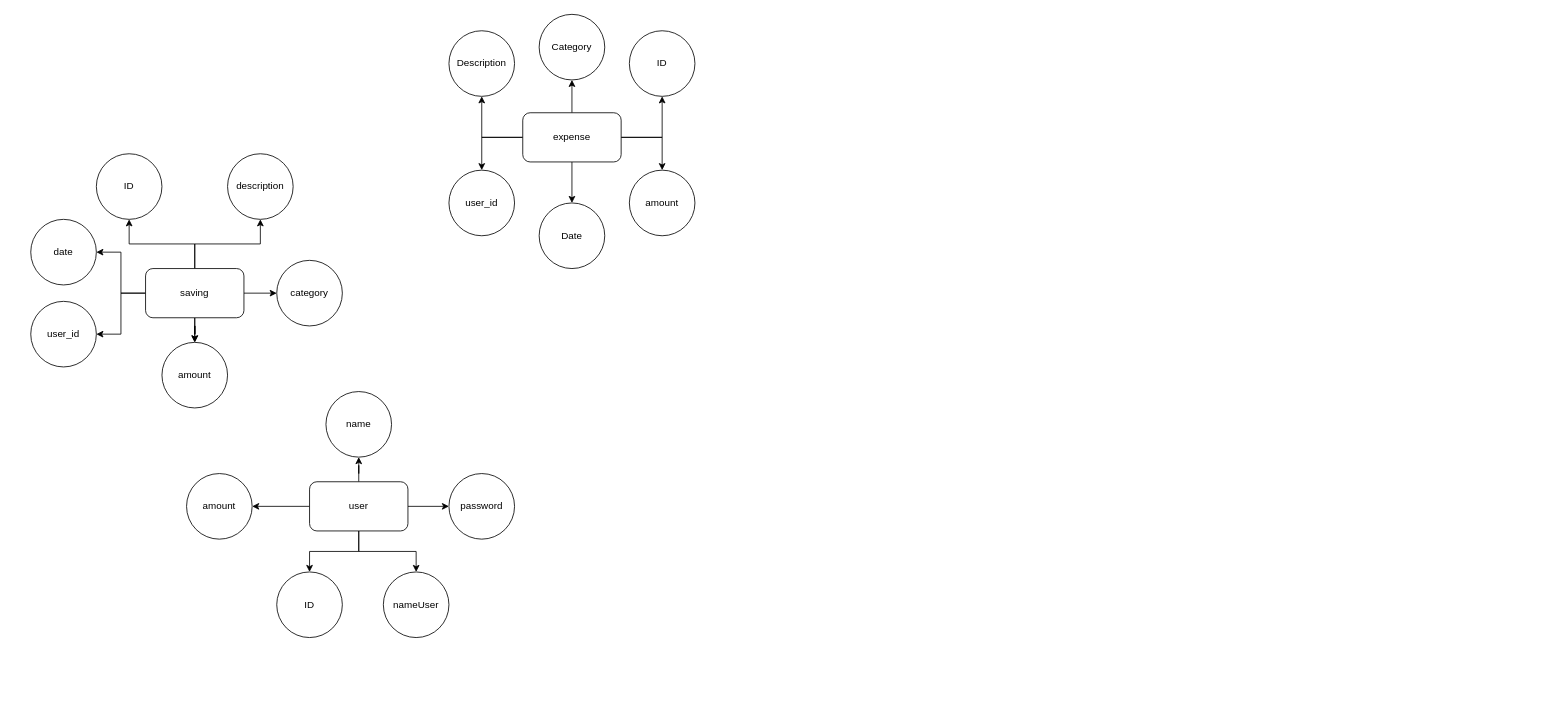
Earlier version of the draw.io diagram Diagrama.drawio (BryanDiaz-dev/GestorDeGastos). Source tidied: cells renumbered, new cells numbered last; positions are measured from the earlier drawing's top-left corner, leaving out a move shared by most shapes. Both pictures are drawn from the tidied source at 82%, with x=0, y=0 at pixel (30, 14).
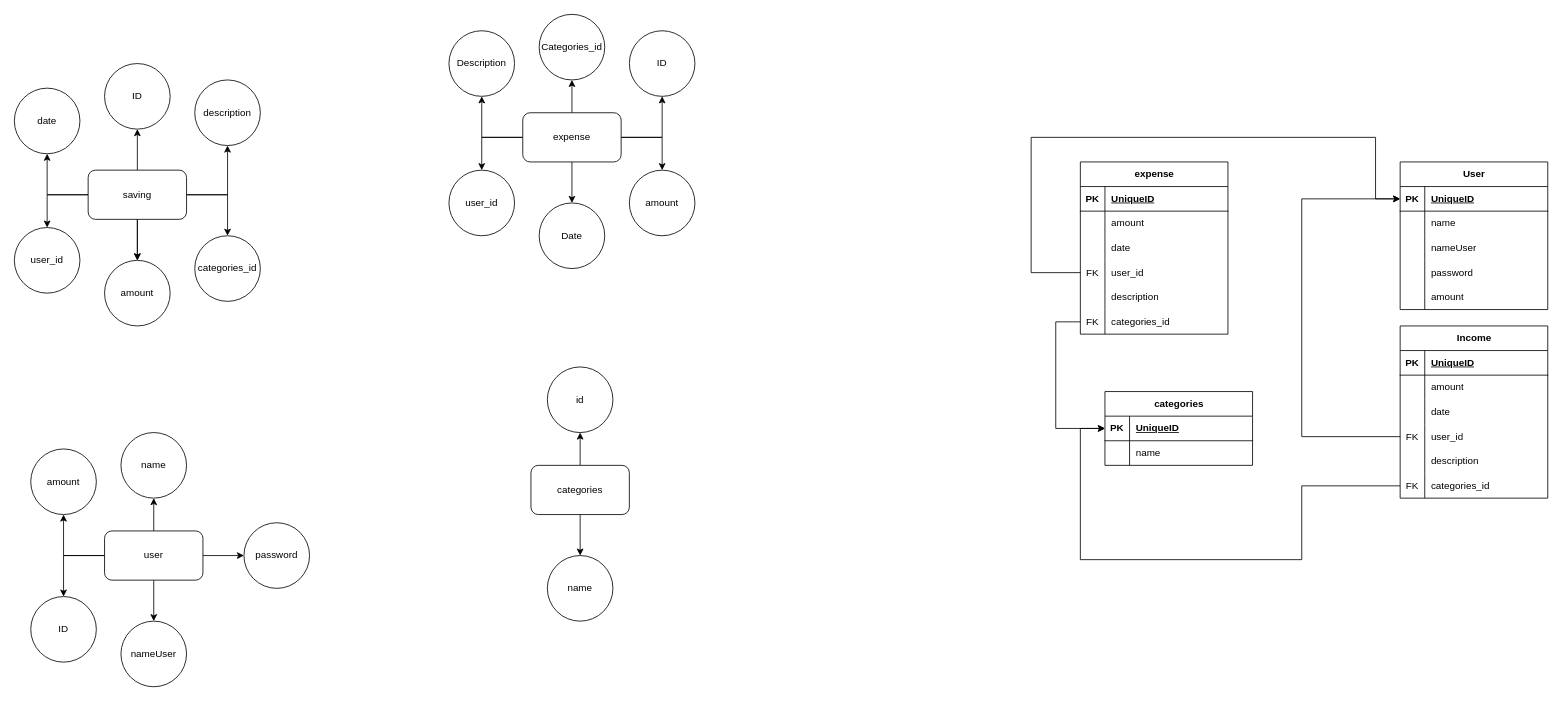
The same page after the edit.

Diff of the diagram source:
```diff
@@
     <mxCell id="16" value="saving" style="rounded=1;whiteSpace=wrap;html=1;" parent="1" vertex="1">
-      <mxGeometry x="140" y="310" width="120" height="60" as="geometry" />
+      <mxGeometry x="70" y="190" width="120" height="60" as="geometry" />
     </mxCell>
@@
     <mxCell id="21" value="description" style="ellipse;whiteSpace=wrap;html=1;" parent="1" vertex="1">
-      <mxGeometry x="240" y="170" width="80" height="80" as="geometry" />
+      <mxGeometry x="200" y="80" width="80" height="80" as="geometry" />
     </mxCell>
     <mxCell id="22" value="date" style="ellipse;whiteSpace=wrap;html=1;" parent="1" vertex="1">
-      <mxGeometry y="250" width="80" height="80" as="geometry" />
+      <mxGeometry x="-20" y="90" width="80" height="80" as="geometry" />
     </mxCell>
     <mxCell id="23" value="amount" style="ellipse;whiteSpace=wrap;html=1;" parent="1" vertex="1">
-      <mxGeometry x="160" y="400" width="80" height="80" as="geometry" />
+      <mxGeometry x="90" y="300" width="80" height="80" as="geometry" />
     </mxCell>
     <mxCell id="24" value="ID" style="ellipse;whiteSpace=wrap;html=1;" parent="1" vertex="1">
-      <mxGeometry x="80" y="170" width="80" height="80" as="geometry" />
+      <mxGeometry x="90" y="60" width="80" height="80" as="geometry" />
     </mxCell>
@@
     <mxCell id="30" value="user" style="rounded=1;whiteSpace=wrap;html=1;" parent="1" vertex="1">
-      <mxGeometry x="340" y="570" width="120" height="60" as="geometry" />
+      <mxGeometry x="90" y="630" width="120" height="60" as="geometry" />
     </mxCell>
     <mxCell id="31" value="ID" style="ellipse;whiteSpace=wrap;html=1;" parent="1" vertex="1">
-      <mxGeometry x="300" y="680" width="80" height="80" as="geometry" />
+      <mxGeometry y="710" width="80" height="80" as="geometry" />
     </mxCell>
     <mxCell id="32" value="name" style="ellipse;whiteSpace=wrap;html=1;" parent="1" vertex="1">
-      <mxGeometry x="360" y="460" width="80" height="80" as="geometry" />
+      <mxGeometry x="110" y="510" width="80" height="80" as="geometry" />
     </mxCell>
     <mxCell id="33" value="amount" style="ellipse;whiteSpace=wrap;html=1;" parent="1" vertex="1">
-      <mxGeometry x="190" y="560" width="80" height="80" as="geometry" />
+      <mxGeometry y="530" width="80" height="80" as="geometry" />
     </mxCell>
-    <mxCell id="34" value="category" style="ellipse;whiteSpace=wrap;html=1;" parent="1" vertex="1">
-      <mxGeometry x="300" y="300" width="80" height="80" as="geometry" />
+    <mxCell id="34" value="categories_id" style="ellipse;whiteSpace=wrap;html=1;" parent="1" vertex="1">
+      <mxGeometry x="200" y="270" width="80" height="80" as="geometry" />
     </mxCell>
-    <mxCell id="35" value="Category" style="ellipse;whiteSpace=wrap;html=1;" parent="1" vertex="1">
+    <mxCell id="35" value="Categories_id" style="ellipse;whiteSpace=wrap;html=1;" parent="1" vertex="1">
       <mxGeometry x="620" width="80" height="80" as="geometry" />
     </mxCell>
     <mxCell id="36" value="nameUser" style="ellipse;whiteSpace=wrap;html=1;" parent="1" vertex="1">
-      <mxGeometry x="430" y="680" width="80" height="80" as="geometry" />
+      <mxGeometry x="110" y="740" width="80" height="80" as="geometry" />
     </mxCell>
     <mxCell id="37" value="password" style="ellipse;whiteSpace=wrap;html=1;" parent="1" vertex="1">
-      <mxGeometry x="510" y="560" width="80" height="80" as="geometry" />
+      <mxGeometry x="260" y="620" width="80" height="80" as="geometry" />
     </mxCell>
     <mxCell id="38" value="user_id" style="ellipse;whiteSpace=wrap;html=1;" parent="1" vertex="1">
-      <mxGeometry y="350" width="80" height="80" as="geometry" />
+      <mxGeometry x="-20" y="260" width="80" height="80" as="geometry" />
     </mxCell>
@@
+    <mxCell id="40" style="edgeStyle=orthogonalEdgeStyle;rounded=0;jettySize=auto;html=1;" parent="1" edge="1" source="42" target="44">
+      <mxGeometry relative="1" as="geometry" />
+    </mxCell>
+    <mxCell id="41" style="edgeStyle=orthogonalEdgeStyle;rounded=0;jettySize=auto;html=1;" parent="1" edge="1" source="42" target="43">
+      <mxGeometry relative="1" as="geometry" />
+    </mxCell>
+    <mxCell id="42" value="categories" style="rounded=1;whiteSpace=wrap;html=1;" parent="1" vertex="1">
+      <mxGeometry x="610" y="550" width="120" height="60" as="geometry" />
+    </mxCell>
+    <mxCell id="43" value="name" style="ellipse;whiteSpace=wrap;html=1;" parent="1" vertex="1">
+      <mxGeometry x="630" y="660" width="80" height="80" as="geometry" />
+    </mxCell>
+    <mxCell id="44" value="id" style="ellipse;whiteSpace=wrap;html=1;" parent="1" vertex="1">
+      <mxGeometry x="630" y="430" width="80" height="80" as="geometry" />
+    </mxCell>
+    <mxCell id="45" value="User" style="shape=table;startSize=30;childLayout=tableLayout;rowLines=0;fontStyle=1;align=center;html=1;" parent="1" vertex="1">
+      <mxGeometry x="1670" y="180" width="180" height="180" as="geometry" />
+    </mxCell>
+    <mxCell id="46" style="shape=tableRow;horizontal=0;startSize=0;swimlaneHead=0;swimlaneBody=0;fillColor=none;points=[[0,0.5],[1,0.5]];portConstraint=eastwest;top=0;left=0;right=0;bottom=1;" parent="45" vertex="1">
+      <mxGeometry y="30" width="180" height="30" as="geometry" />
+    </mxCell>
+    <mxCell id="47" value="PK" style="shape=partialRectangle;fillColor=none;top=0;left=0;bottom=0;right=0;fontStyle=1;overflow=hidden;whiteSpace=wrap;html=1;" parent="46" vertex="1">
+      <mxGeometry width="30" height="30" as="geometry" />
+    </mxCell>
+    <mxCell id="48" value="UniqueID" style="shape=partialRectangle;fillColor=none;top=0;left=0;bottom=0;right=0;align=left;spacingLeft=6;fontStyle=5;overflow=hidden;whiteSpace=wrap;html=1;" parent="46" vertex="1">
+      <mxGeometry x="30" width="150" height="30" as="geometry" />
+    </mxCell>
+    <mxCell id="49" style="shape=tableRow;horizontal=0;startSize=0;swimlaneHead=0;swimlaneBody=0;fillColor=none;top=0;left=0;right=0;bottom=0;" parent="45" vertex="1">
+      <mxGeometry y="60" width="180" height="30" as="geometry" />
+    </mxCell>
+    <mxCell id="50" style="shape=partialRectangle;fillColor=none;top=0;left=0;bottom=0;right=0;overflow=hidden;whiteSpace=wrap;html=1;" parent="49" vertex="1">
+      <mxGeometry width="30" height="30" as="geometry" />
+    </mxCell>
+    <mxCell id="51" value="name" style="shape=partialRectangle;fillColor=none;top=0;left=0;bottom=0;right=0;align=left;spacingLeft=6;overflow=hidden;whiteSpace=wrap;html=1;" parent="49" vertex="1">
+      <mxGeometry x="30" width="150" height="30" as="geometry" />
+    </mxCell>
+    <mxCell id="52" style="shape=tableRow;horizontal=0;startSize=0;swimlaneHead=0;swimlaneBody=0;fillColor=none;top=0;left=0;right=0;bottom=0;" parent="45" vertex="1">
+      <mxGeometry y="90" width="180" height="30" as="geometry" />
+    </mxCell>
+    <mxCell id="53" style="shape=partialRectangle;fillColor=none;top=0;left=0;bottom=0;right=0;overflow=hidden;whiteSpace=wrap;html=1;" parent="52" vertex="1">
+      <mxGeometry width="30" height="30" as="geometry" />
+    </mxCell>
+    <mxCell id="54" value="nameUser" style="shape=partialRectangle;fillColor=none;top=0;left=0;bottom=0;right=0;align=left;spacingLeft=6;overflow=hidden;whiteSpace=wrap;html=1;" parent="52" vertex="1">
+      <mxGeometry x="30" width="150" height="30" as="geometry" />
+    </mxCell>
+    <mxCell id="55" style="shape=tableRow;horizontal=0;startSize=0;swimlaneHead=0;swimlaneBody=0;fillColor=none;top=0;left=0;right=0;bottom=0;" parent="45" vertex="1">
+      <mxGeometry y="120" width="180" height="30" as="geometry" />
+    </mxCell>
+    <mxCell id="56" style="shape=partialRectangle;fillColor=none;top=0;left=0;bottom=0;right=0;overflow=hidden;whiteSpace=wrap;html=1;" parent="55" vertex="1">
+      <mxGeometry width="30" height="30" as="geometry" />
+    </mxCell>
+    <mxCell id="57" value="password" style="shape=partialRectangle;fillColor=none;top=0;left=0;bottom=0;right=0;align=left;spacingLeft=6;overflow=hidden;whiteSpace=wrap;html=1;" parent="55" vertex="1">
+      <mxGeometry x="30" width="150" height="30" as="geometry" />
+    </mxCell>
+    <mxCell id="58" style="shape=tableRow;horizontal=0;startSize=0;swimlaneHead=0;swimlaneBody=0;fillColor=none;top=0;left=0;right=0;bottom=0;" parent="45" vertex="1">
+      <mxGeometry y="150" width="180" height="30" as="geometry" />
+    </mxCell>
+    <mxCell id="59" style="shape=partialRectangle;fillColor=none;top=0;left=0;bottom=0;right=0;overflow=hidden;whiteSpace=wrap;html=1;" parent="58" vertex="1">
+      <mxGeometry width="30" height="30" as="geometry" />
+    </mxCell>
+    <mxCell id="60" value="amount" style="shape=partialRectangle;fillColor=none;top=0;left=0;bottom=0;right=0;align=left;spacingLeft=6;overflow=hidden;whiteSpace=wrap;html=1;" parent="58" vertex="1">
+      <mxGeometry x="30" width="150" height="30" as="geometry" />
+    </mxCell>
+    <mxCell id="61" value="Income" style="shape=table;startSize=30;childLayout=tableLayout;rowLines=0;fontStyle=1;align=center;html=1;" parent="1" vertex="1">
+      <mxGeometry x="1670" y="380" width="180" height="210" as="geometry" />
+    </mxCell>
+    <mxCell id="62" style="shape=tableRow;horizontal=0;startSize=0;swimlaneHead=0;swimlaneBody=0;fillColor=none;top=0;left=0;right=0;bottom=1;" parent="61" vertex="1">
+      <mxGeometry y="30" width="180" height="30" as="geometry" />
+    </mxCell>
+    <mxCell id="63" value="PK" style="shape=partialRectangle;fillColor=none;top=0;left=0;bottom=0;right=0;fontStyle=1;overflow=hidden;whiteSpace=wrap;html=1;" parent="62" vertex="1">
+      <mxGeometry width="30" height="30" as="geometry" />
+    </mxCell>
+    <mxCell id="64" value="UniqueID" style="shape=partialRectangle;fillColor=none;top=0;left=0;bottom=0;right=0;align=left;spacingLeft=6;fontStyle=5;overflow=hidden;whiteSpace=wrap;html=1;" parent="62" vertex="1">
+      <mxGeometry x="30" width="150" height="30" as="geometry" />
+    </mxCell>
+    <mxCell id="65" style="shape=tableRow;horizontal=0;startSize=0;swimlaneHead=0;swimlaneBody=0;fillColor=none;top=0;left=0;right=0;bottom=0;" parent="61" vertex="1">
+      <mxGeometry y="60" width="180" height="30" as="geometry" />
+    </mxCell>
+    <mxCell id="66" style="shape=partialRectangle;fillColor=none;top=0;left=0;bottom=0;right=0;overflow=hidden;whiteSpace=wrap;html=1;" parent="65" vertex="1">
+      <mxGeometry width="30" height="30" as="geometry" />
+    </mxCell>
+    <mxCell id="67" value="amount" style="shape=partialRectangle;fillColor=none;top=0;left=0;bottom=0;right=0;align=left;spacingLeft=6;overflow=hidden;whiteSpace=wrap;html=1;" parent="65" vertex="1">
+      <mxGeometry x="30" width="150" height="30" as="geometry" />
+    </mxCell>
+    <mxCell id="68" style="shape=tableRow;horizontal=0;startSize=0;swimlaneHead=0;swimlaneBody=0;fillColor=none;top=0;left=0;right=0;bottom=0;" parent="61" vertex="1">
+      <mxGeometry y="90" width="180" height="30" as="geometry" />
+    </mxCell>
+    <mxCell id="69" style="shape=partialRectangle;fillColor=none;top=0;left=0;bottom=0;right=0;overflow=hidden;whiteSpace=wrap;html=1;" parent="68" vertex="1">
+      <mxGeometry width="30" height="30" as="geometry" />
+    </mxCell>
+    <mxCell id="70" value="date" style="shape=partialRectangle;fillColor=none;top=0;left=0;bottom=0;right=0;align=left;spacingLeft=6;overflow=hidden;whiteSpace=wrap;html=1;" parent="68" vertex="1">
+      <mxGeometry x="30" width="150" height="30" as="geometry" />
+    </mxCell>
+    <mxCell id="71" style="shape=tableRow;horizontal=0;startSize=0;swimlaneHead=0;swimlaneBody=0;fillColor=none;points=[[0,0.5],[1,0.5]];portConstraint=eastwest;top=0;left=0;right=0;bottom=0;" parent="61" vertex="1">
+      <mxGeometry y="120" width="180" height="30" as="geometry" />
+    </mxCell>
+    <mxCell id="72" value="FK" style="shape=partialRectangle;fillColor=none;top=0;left=0;bottom=0;right=0;overflow=hidden;whiteSpace=wrap;html=1;" parent="71" vertex="1">
+      <mxGeometry width="30" height="30" as="geometry" />
+    </mxCell>
+    <mxCell id="73" value="user_id" style="shape=partialRectangle;fillColor=none;top=0;left=0;bottom=0;right=0;align=left;spacingLeft=6;overflow=hidden;whiteSpace=wrap;html=1;" parent="71" vertex="1">
+      <mxGeometry x="30" width="150" height="30" as="geometry" />
+    </mxCell>
+    <mxCell id="74" style="shape=tableRow;horizontal=0;startSize=0;swimlaneHead=0;swimlaneBody=0;fillColor=none;top=0;left=0;right=0;bottom=0;" parent="61" vertex="1">
+      <mxGeometry y="150" width="180" height="30" as="geometry" />
+    </mxCell>
+    <mxCell id="75" style="shape=partialRectangle;fillColor=none;top=0;left=0;bottom=0;right=0;overflow=hidden;whiteSpace=wrap;html=1;" parent="74" vertex="1">
+      <mxGeometry width="30" height="30" as="geometry" />
+    </mxCell>
+    <mxCell id="76" value="description" style="shape=partialRectangle;fillColor=none;top=0;left=0;bottom=0;right=0;align=left;spacingLeft=6;overflow=hidden;whiteSpace=wrap;html=1;" parent="74" vertex="1">
+      <mxGeometry x="30" width="150" height="30" as="geometry" />
+    </mxCell>
+    <mxCell id="77" style="shape=tableRow;horizontal=0;startSize=0;swimlaneHead=0;swimlaneBody=0;fillColor=none;points=[[0,0.5],[1,0.5]];portConstraint=eastwest;top=0;left=0;right=0;bottom=0;" parent="61" vertex="1">
+      <mxGeometry y="180" width="180" height="30" as="geometry" />
+    </mxCell>
+    <mxCell id="78" value="FK" style="shape=partialRectangle;fillColor=none;top=0;left=0;bottom=0;right=0;overflow=hidden;whiteSpace=wrap;html=1;" parent="77" vertex="1">
+      <mxGeometry width="30" height="30" as="geometry" />
+    </mxCell>
+    <mxCell id="79" value="categories_id" style="shape=partialRectangle;fillColor=none;top=0;left=0;bottom=0;right=0;align=left;spacingLeft=6;overflow=hidden;whiteSpace=wrap;html=1;" parent="77" vertex="1">
+      <mxGeometry x="30" width="150" height="30" as="geometry" />
+    </mxCell>
+    <mxCell id="80" style="edgeStyle=orthogonalEdgeStyle;rounded=0;jettySize=auto;html=1;exitX=0;exitY=0.5;exitDx=0;exitDy=0;entryX=0;entryY=0.5;entryDx=0;entryDy=0;" parent="1" edge="1" source="71" target="46">
+      <mxGeometry relative="1" as="geometry">
+        <Array as="points">
+          <mxPoint x="1550" y="515" />
+          <mxPoint x="1550" y="225" />
+        </Array>
+      </mxGeometry>
+    </mxCell>
+    <mxCell id="81" value="categories" style="shape=table;startSize=30;childLayout=tableLayout;rowLines=0;fontStyle=1;align=center;html=1;" parent="1" vertex="1">
+      <mxGeometry x="1310" y="460" width="180" height="90" as="geometry" />
+    </mxCell>
+    <mxCell id="82" style="shape=tableRow;horizontal=0;startSize=0;swimlaneHead=0;swimlaneBody=0;fillColor=none;points=[[0,0.5],[1,0.5]];portConstraint=eastwest;top=0;left=0;right=0;bottom=1;" parent="81" vertex="1">
+      <mxGeometry y="30" width="180" height="30" as="geometry" />
+    </mxCell>
+    <mxCell id="83" value="PK" style="shape=partialRectangle;fillColor=none;top=0;left=0;bottom=0;right=0;fontStyle=1;overflow=hidden;whiteSpace=wrap;html=1;" parent="82" vertex="1">
+      <mxGeometry width="30" height="30" as="geometry" />
+    </mxCell>
+    <mxCell id="84" value="UniqueID" style="shape=partialRectangle;fillColor=none;top=0;left=0;bottom=0;right=0;align=left;spacingLeft=6;fontStyle=5;overflow=hidden;whiteSpace=wrap;html=1;" parent="82" vertex="1">
+      <mxGeometry x="30" width="150" height="30" as="geometry" />
+    </mxCell>
+    <mxCell id="85" style="shape=tableRow;horizontal=0;startSize=0;swimlaneHead=0;swimlaneBody=0;fillColor=none;top=0;left=0;right=0;bottom=0;" parent="81" vertex="1">
+      <mxGeometry y="60" width="180" height="30" as="geometry" />
+    </mxCell>
+    <mxCell id="86" style="shape=partialRectangle;fillColor=none;top=0;left=0;bottom=0;right=0;overflow=hidden;whiteSpace=wrap;html=1;" parent="85" vertex="1">
+      <mxGeometry width="30" height="30" as="geometry" />
+    </mxCell>
+    <mxCell id="87" value="name" style="shape=partialRectangle;fillColor=none;top=0;left=0;bottom=0;right=0;align=left;spacingLeft=6;overflow=hidden;whiteSpace=wrap;html=1;" parent="85" vertex="1">
+      <mxGeometry x="30" width="150" height="30" as="geometry" />
+    </mxCell>
+    <mxCell id="88" style="edgeStyle=orthogonalEdgeStyle;rounded=0;jettySize=auto;html=1;exitX=0;exitY=0.5;exitDx=0;exitDy=0;entryX=0;entryY=0.5;entryDx=0;entryDy=0;" parent="1" edge="1" source="77" target="82">
+      <mxGeometry relative="1" as="geometry">
+        <Array as="points">
+          <mxPoint x="1550" y="575" />
+          <mxPoint x="1550" y="665" />
+          <mxPoint x="1280" y="665" />
+          <mxPoint x="1280" y="505" />
+        </Array>
+      </mxGeometry>
+    </mxCell>
+    <mxCell id="89" value="expense" style="shape=table;startSize=30;childLayout=tableLayout;rowLines=0;fontStyle=1;align=center;html=1;" parent="1" vertex="1">
+      <mxGeometry x="1280" y="180" width="180" height="210" as="geometry" />
+    </mxCell>
+    <mxCell id="90" style="shape=tableRow;horizontal=0;startSize=0;swimlaneHead=0;swimlaneBody=0;fillColor=none;top=0;left=0;right=0;bottom=1;" parent="89" vertex="1">
+      <mxGeometry y="30" width="180" height="30" as="geometry" />
+    </mxCell>
+    <mxCell id="91" value="PK" style="shape=partialRectangle;fillColor=none;top=0;left=0;bottom=0;right=0;fontStyle=1;overflow=hidden;whiteSpace=wrap;html=1;" parent="90" vertex="1">
+      <mxGeometry width="30" height="30" as="geometry" />
+    </mxCell>
+    <mxCell id="92" value="UniqueID" style="shape=partialRectangle;fillColor=none;top=0;left=0;bottom=0;right=0;align=left;spacingLeft=6;fontStyle=5;overflow=hidden;whiteSpace=wrap;html=1;" parent="90" vertex="1">
+      <mxGeometry x="30" width="150" height="30" as="geometry" />
+    </mxCell>
+    <mxCell id="93" style="shape=tableRow;horizontal=0;startSize=0;swimlaneHead=0;swimlaneBody=0;fillColor=none;top=0;left=0;right=0;bottom=0;" parent="89" vertex="1">
+      <mxGeometry y="60" width="180" height="30" as="geometry" />
+    </mxCell>
+    <mxCell id="94" style="shape=partialRectangle;fillColor=none;top=0;left=0;bottom=0;right=0;overflow=hidden;whiteSpace=wrap;html=1;" parent="93" vertex="1">
+      <mxGeometry width="30" height="30" as="geometry" />
+    </mxCell>
+    <mxCell id="95" value="amount" style="shape=partialRectangle;fillColor=none;top=0;left=0;bottom=0;right=0;align=left;spacingLeft=6;overflow=hidden;whiteSpace=wrap;html=1;" parent="93" vertex="1">
+      <mxGeometry x="30" width="150" height="30" as="geometry" />
+    </mxCell>
+    <mxCell id="96" style="shape=tableRow;horizontal=0;startSize=0;swimlaneHead=0;swimlaneBody=0;fillColor=none;top=0;left=0;right=0;bottom=0;" parent="89" vertex="1">
+      <mxGeometry y="90" width="180" height="30" as="geometry" />
+    </mxCell>
+    <mxCell id="97" style="shape=partialRectangle;fillColor=none;top=0;left=0;bottom=0;right=0;overflow=hidden;whiteSpace=wrap;html=1;" parent="96" vertex="1">
+      <mxGeometry width="30" height="30" as="geometry" />
+    </mxCell>
+    <mxCell id="98" value="date" style="shape=partialRectangle;fillColor=none;top=0;left=0;bottom=0;right=0;align=left;spacingLeft=6;overflow=hidden;whiteSpace=wrap;html=1;" parent="96" vertex="1">
+      <mxGeometry x="30" width="150" height="30" as="geometry" />
+    </mxCell>
+    <mxCell id="99" style="shape=tableRow;horizontal=0;startSize=0;swimlaneHead=0;swimlaneBody=0;fillColor=none;points=[[0,0.5],[1,0.5]];portConstraint=eastwest;top=0;left=0;right=0;bottom=0;" parent="89" vertex="1">
+      <mxGeometry y="120" width="180" height="30" as="geometry" />
+    </mxCell>
+    <mxCell id="100" value="FK" style="shape=partialRectangle;fillColor=none;top=0;left=0;bottom=0;right=0;overflow=hidden;whiteSpace=wrap;html=1;" parent="99" vertex="1">
+      <mxGeometry width="30" height="30" as="geometry" />
+    </mxCell>
+    <mxCell id="101" value="user_id" style="shape=partialRectangle;fillColor=none;top=0;left=0;bottom=0;right=0;align=left;spacingLeft=6;overflow=hidden;whiteSpace=wrap;html=1;" parent="99" vertex="1">
+      <mxGeometry x="30" width="150" height="30" as="geometry" />
+    </mxCell>
+    <mxCell id="102" style="shape=tableRow;horizontal=0;startSize=0;swimlaneHead=0;swimlaneBody=0;fillColor=none;top=0;left=0;right=0;bottom=0;" parent="89" vertex="1">
+      <mxGeometry y="150" width="180" height="30" as="geometry" />
+    </mxCell>
+    <mxCell id="103" style="shape=partialRectangle;fillColor=none;top=0;left=0;bottom=0;right=0;overflow=hidden;whiteSpace=wrap;html=1;" parent="102" vertex="1">
+      <mxGeometry width="30" height="30" as="geometry" />
+    </mxCell>
+    <mxCell id="104" value="description" style="shape=partialRectangle;fillColor=none;top=0;left=0;bottom=0;right=0;align=left;spacingLeft=6;overflow=hidden;whiteSpace=wrap;html=1;" parent="102" vertex="1">
+      <mxGeometry x="30" width="150" height="30" as="geometry" />
+    </mxCell>
+    <mxCell id="105" style="shape=tableRow;horizontal=0;startSize=0;swimlaneHead=0;swimlaneBody=0;fillColor=none;points=[[0,0.5],[1,0.5]];portConstraint=eastwest;top=0;left=0;right=0;bottom=0;" parent="89" vertex="1">
+      <mxGeometry y="180" width="180" height="30" as="geometry" />
+    </mxCell>
+    <mxCell id="106" value="FK" style="shape=partialRectangle;fillColor=none;top=0;left=0;bottom=0;right=0;overflow=hidden;whiteSpace=wrap;html=1;" parent="105" vertex="1">
+      <mxGeometry width="30" height="30" as="geometry" />
+    </mxCell>
+    <mxCell id="107" value="categories_id" style="shape=partialRectangle;fillColor=none;top=0;left=0;bottom=0;right=0;align=left;spacingLeft=6;overflow=hidden;whiteSpace=wrap;html=1;" parent="105" vertex="1">
+      <mxGeometry x="30" width="150" height="30" as="geometry" />
+    </mxCell>
+    <mxCell id="108" style="edgeStyle=orthogonalEdgeStyle;rounded=0;jettySize=auto;html=1;exitX=0;exitY=0.5;exitDx=0;exitDy=0;entryX=0;entryY=0.5;entryDx=0;entryDy=0;" parent="1" edge="1" source="99" target="46">
+      <mxGeometry relative="1" as="geometry">
+        <Array as="points">
+          <mxPoint x="1220" y="315" />
+          <mxPoint x="1220" y="150" />
+          <mxPoint x="1640" y="150" />
+          <mxPoint x="1640" y="225" />
+        </Array>
+      </mxGeometry>
+    </mxCell>
+    <mxCell id="109" style="edgeStyle=orthogonalEdgeStyle;rounded=0;jettySize=auto;html=1;exitX=0;exitY=0.5;exitDx=0;exitDy=0;entryX=0;entryY=0.5;entryDx=0;entryDy=0;" parent="1" edge="1" source="105" target="82">
+      <mxGeometry relative="1" as="geometry">
+        <Array as="points">
+          <mxPoint x="1250" y="375" />
+          <mxPoint x="1250" y="505" />
+        </Array>
+      </mxGeometry>
+    </mxCell>
```
